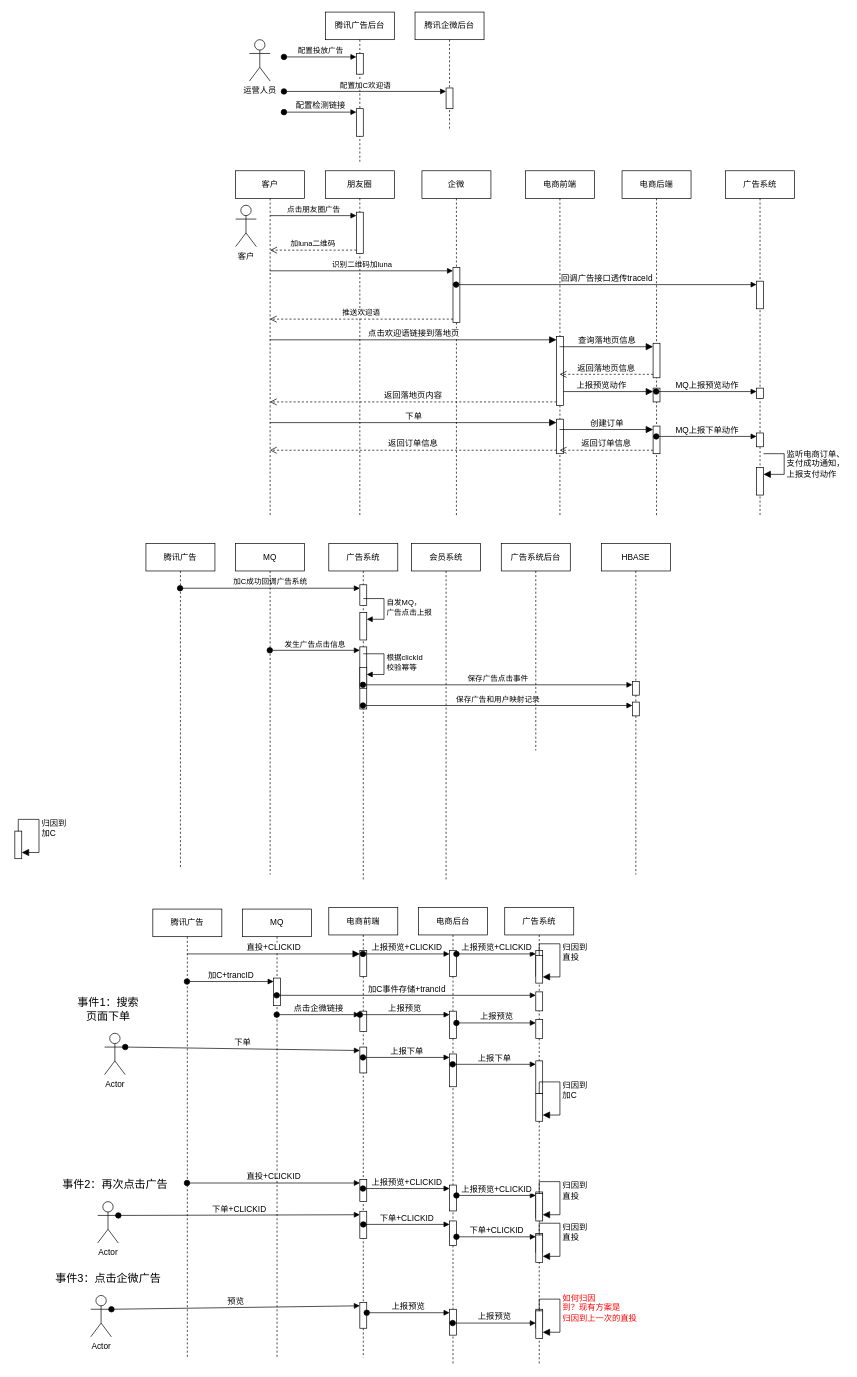
Earlier version of the draw.io diagram page "腾讯广告加C投放归因" (15 of 16) of src/draw/广告投放系统.drawio (y13513867074/draw). Source tidied: cells renumbered, new cells numbered last; positions are measured from the earlier drawing's top-left corner, leaving out a move shared by most shapes. Both pictures are drawn from the tidied source at 69%, with x=0, y=0 at pixel (14, 12).
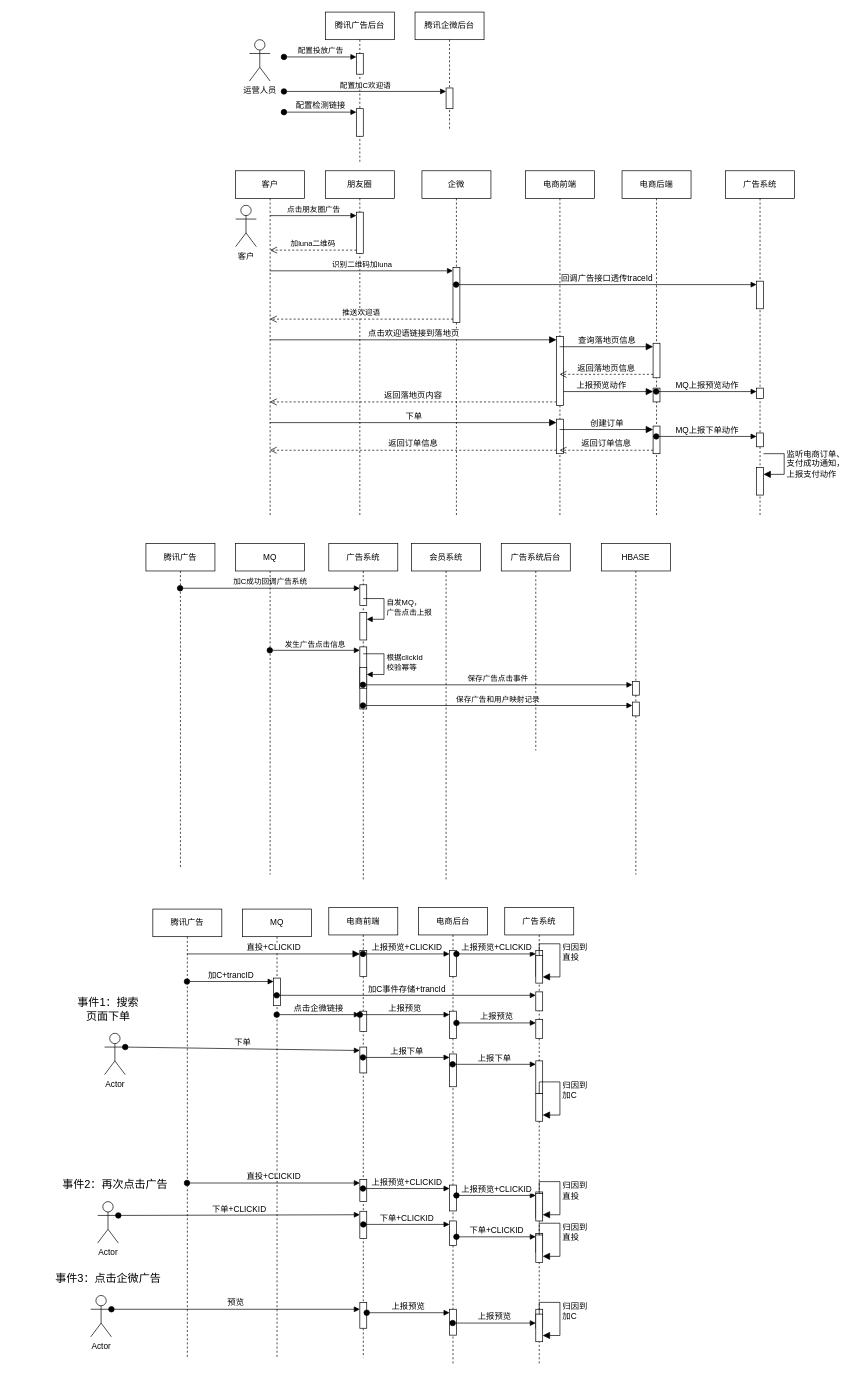
Above is the later version.

The change refers to these unchanged cells:
```xml
<mxCell id="65" value="广告系统" style="shape=umlLifeline;perimeter=lifelinePerimeter;whiteSpace=wrap;html=1;newEdgeStyle={&quot;edgeStyle&quot;:&quot;elbowEdgeStyle&quot;,&quot;elbow&quot;:&quot;vertical&quot;,&quot;curved&quot;:0,&quot;rounded&quot;:0};" parent="1" vertex="1">
  <mxGeometry x="710" y="1297.5" width="100" height="662.5" as="geometry" />
</mxCell>
<mxCell id="90" style="html=1;points=[[0,0,0,0,5],[0,1,0,0,-5],[1,0,0,0,5],[1,1,0,0,-5]];perimeter=orthogonalPerimeter;outlineConnect=0;targetShapes=umlLifeline;portConstraint=eastwest;newEdgeStyle={&quot;curved&quot;:0,&quot;rounded&quot;:0};" parent="83" vertex="1">
  <mxGeometry x="45" y="572.5" width="10" height="37.5" as="geometry" />
</mxCell>
<mxCell id="123" value="Actor" style="shape=umlActor;verticalLabelPosition=bottom;verticalAlign=top;html=1;" parent="1" vertex="1">
  <mxGeometry x="110" y="1860" width="30" height="60" as="geometry" />
</mxCell>
```

The edit, as a diff of the source:
```diff
@@
-    <mxCell id="81" style="html=1;points=[[0,0,0,0,5],[0,1,0,0,-5],[1,0,0,0,5],[1,1,0,0,-5]];perimeter=orthogonalPerimeter;outlineConnect=0;targetShapes=umlLifeline;portConstraint=eastwest;newEdgeStyle={&quot;curved&quot;:0,&quot;rounded&quot;:0};" parent="65" vertex="1">
-      <mxGeometry x="45" y="584.8" width="10" height="40" as="geometry" />
-    </mxCell>
-    <mxCell id="82" value="&lt;font color=&quot;#ff0000&quot;&gt;如何归因&lt;/font&gt;&lt;div&gt;&lt;font color=&quot;#ff0000&quot;&gt;到？现有方案是&lt;/font&gt;&lt;/div&gt;&lt;div&gt;&lt;font color=&quot;#ff0000&quot;&gt;归因到上一次的直投&lt;/font&gt;&lt;/div&gt;" style="html=1;align=left;spacingLeft=2;endArrow=block;rounded=0;edgeStyle=orthogonalEdgeStyle;curved=0;rounded=0;fontSize=12;startSize=8;endSize=8;" parent="65" edge="1" target="81">
-      <mxGeometry relative="1" as="geometry">
-        <mxPoint x="50" y="585.2" as="sourcePoint" />
-        <Array as="points">
-          <mxPoint x="50" y="567.8" />
-          <mxPoint x="80" y="567.8" />
-          <mxPoint x="80" y="615.8" />
-        </Array>
-      </mxGeometry>
-    </mxCell>
+    <mxCell id="117" style="html=1;points=[[0,0,0,0,5],[0,1,0,0,-5],[1,0,0,0,5],[1,1,0,0,-5]];perimeter=orthogonalPerimeter;outlineConnect=0;targetShapes=umlLifeline;portConstraint=eastwest;newEdgeStyle={&quot;curved&quot;:0,&quot;rounded&quot;:0};" parent="65" vertex="1">
+      <mxGeometry x="45" y="589.5" width="10" height="40" as="geometry" />
+    </mxCell>
+    <mxCell id="118" value="归因到&lt;div&gt;加C&lt;/div&gt;" style="html=1;align=left;spacingLeft=2;endArrow=block;rounded=0;edgeStyle=orthogonalEdgeStyle;curved=0;rounded=0;fontSize=12;startSize=8;endSize=8;" parent="65" edge="1" target="117">
+      <mxGeometry relative="1" as="geometry">
+        <mxPoint x="50" y="590" as="sourcePoint" />
+        <Array as="points">
+          <mxPoint x="50" y="572.5" />
+          <mxPoint x="80" y="572.5" />
+          <mxPoint x="80" y="620.5" />
+        </Array>
+      </mxGeometry>
+    </mxCell>
@@
-    <mxCell id="117" style="html=1;points=[[0,0,0,0,5],[0,1,0,0,-5],[1,0,0,0,5],[1,1,0,0,-5]];perimeter=orthogonalPerimeter;outlineConnect=0;targetShapes=umlLifeline;portConstraint=eastwest;newEdgeStyle={&quot;curved&quot;:0,&quot;rounded&quot;:0};" parent="1" vertex="1">
-      <mxGeometry y="1187" width="10" height="40" as="geometry" />
-    </mxCell>
-    <mxCell id="118" value="归因到&lt;div&gt;加C&lt;/div&gt;" style="html=1;align=left;spacingLeft=2;endArrow=block;rounded=0;edgeStyle=orthogonalEdgeStyle;curved=0;rounded=0;fontSize=12;startSize=8;endSize=8;" parent="1" edge="1" target="117">
-      <mxGeometry relative="1" as="geometry">
-        <mxPoint x="5" y="1187.5" as="sourcePoint" />
-        <Array as="points">
-          <mxPoint x="5" y="1170" />
-          <mxPoint x="35" y="1170" />
-          <mxPoint x="35" y="1218" />
-        </Array>
-      </mxGeometry>
-    </mxCell>
@@
-    <mxCell id="125" value="预览" style="html=1;verticalAlign=bottom;startArrow=oval;endArrow=block;startSize=8;curved=0;rounded=0;entryX=0;entryY=0;entryDx=0;entryDy=5;fontSize=12;exitX=1;exitY=0.3333333333333333;exitDx=0;exitDy=0;exitPerimeter=0;" parent="1" edge="1" source="123" target="90">
+    <mxCell id="125" value="预览" style="html=1;verticalAlign=bottom;startArrow=oval;endArrow=block;startSize=8;curved=0;rounded=0;fontSize=12;exitX=1;exitY=0.3333333333333333;exitDx=0;exitDy=0;exitPerimeter=0;" parent="1" edge="1" source="123" target="90">
       <mxGeometry relative="1" as="geometry" />
     </mxCell>
```
